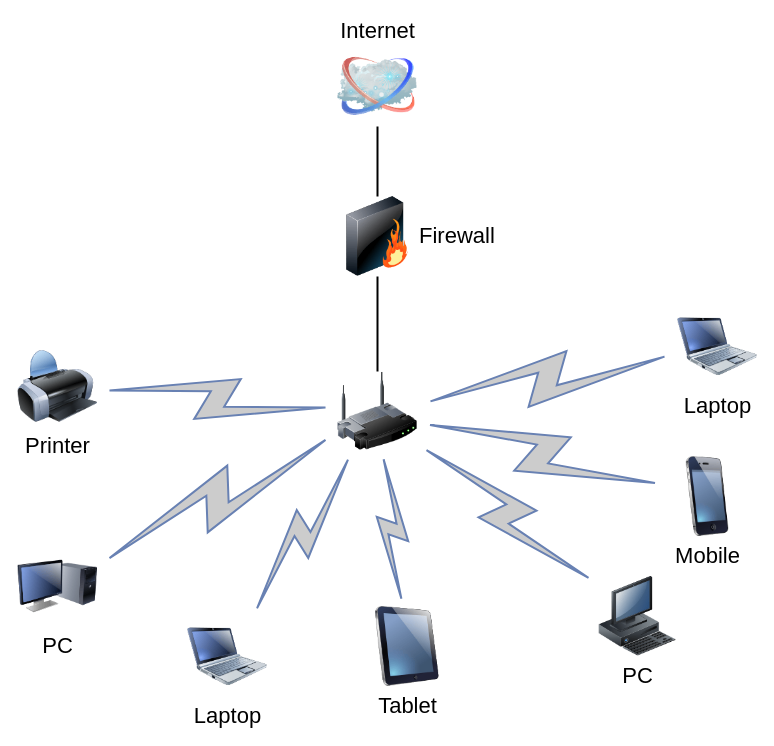
Before: 无法上网AP原型环境.drawio in zeandon/draw.io, a draw.io diagram. Source tidied: cells renumbered, new cells numbered last; positions are measured from the earlier drawing's top-left corner, leaving out a move shared by most shapes. Both pictures are drawn from the tidied source at 100%, with x=0, y=0 at pixel (17, 46).
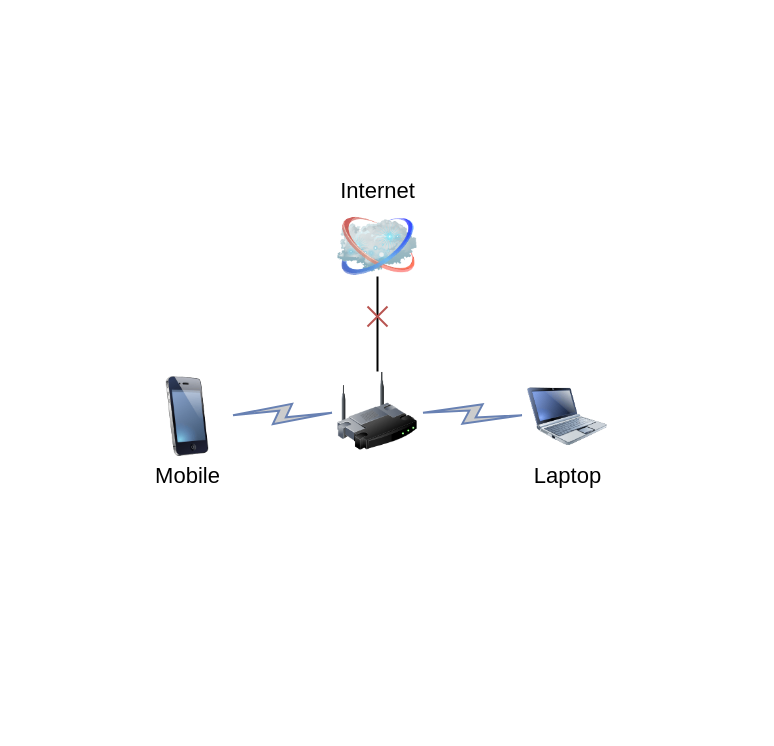
After the change.

Commit message:
更新无法上网AP原型环境.drawio

The change refers to these unchanged cells:
```xml
<mxCell id="3" style="image;html=1;labelBackgroundColor=#ffffff;image=img/lib/clip_art/networking/Wireless_Router_128x128.png;rounded=1;shadow=0;comic=0;strokeWidth=2;fontSize=22;" parent="1" vertex="1">
  <mxGeometry x="320" y="325" width="80" height="80" as="geometry" />
</mxCell>
```

Change to the diagram source:
```diff
@@
-    <mxCell id="2" style="edgeStyle=none;rounded=0;html=1;labelBackgroundColor=none;endArrow=none;strokeWidth=2;fontFamily=Verdana;fontSize=22;" parent="1" edge="1" source="3" target="6">
-      <mxGeometry relative="1" as="geometry" />
+    <mxCell id="2" style="edgeStyle=none;rounded=0;html=1;labelBackgroundColor=none;endArrow=none;strokeWidth=2;fontFamily=Verdana;fontSize=22;" parent="1" edge="1" source="3">
+      <mxGeometry relative="1" as="geometry">
+        <mxPoint x="360" y="230" as="targetPoint" />
+      </mxGeometry>
     </mxCell>
@@
     <mxCell id="4" value="Internet" style="image;html=1;labelBackgroundColor=#ffffff;image=img/lib/clip_art/networking/Cloud_128x128.png;rounded=1;shadow=0;comic=0;strokeWidth=2;fontSize=22;labelPosition=center;verticalLabelPosition=top;align=center;verticalAlign=bottom;" parent="1" vertex="1">
-      <mxGeometry x="320" width="80" height="80" as="geometry" />
+      <mxGeometry x="320" y="160" width="80" height="80" as="geometry" />
     </mxCell>
-    <mxCell id="5" style="edgeStyle=none;rounded=0;html=1;labelBackgroundColor=none;endArrow=none;strokeWidth=2;fontFamily=Verdana;fontSize=22;" parent="1" edge="1" source="6" target="4">
-      <mxGeometry relative="1" as="geometry" />
-    </mxCell>
-    <mxCell id="6" value="Firewall" style="image;html=1;labelBackgroundColor=#ffffff;image=img/lib/clip_art/networking/Firewall_128x128.png;rounded=1;shadow=0;comic=0;strokeWidth=2;fontSize=22;labelPosition=right;verticalLabelPosition=middle;align=left;verticalAlign=middle;" parent="1" vertex="1">
-      <mxGeometry x="320" y="150" width="80" height="80" as="geometry" />
-    </mxCell>
-    <mxCell id="7" value="Tablet" style="image;html=1;labelBackgroundColor=#ffffff;image=img/lib/clip_art/computers/iPad_128x128.png;rounded=1;shadow=0;comic=0;strokeWidth=2;fontSize=22;" parent="1" vertex="1">
-      <mxGeometry x="350" y="560" width="80" height="80" as="geometry" />
-    </mxCell>
-    <mxCell id="8" value="PC" style="image;html=1;labelBackgroundColor=#ffffff;image=img/lib/clip_art/computers/Monitor_Tower_128x128.png;rounded=1;shadow=0;comic=0;strokeWidth=2;fontSize=22;" parent="1" vertex="1">
-      <mxGeometry y="500" width="80" height="80" as="geometry" />
-    </mxCell>
-    <mxCell id="9" value="Printer" style="image;html=1;labelBackgroundColor=#ffffff;image=img/lib/clip_art/computers/Printer_128x128.png;rounded=1;shadow=0;comic=0;strokeWidth=2;fontSize=22;" parent="1" vertex="1">
-      <mxGeometry y="300" width="80" height="80" as="geometry" />
-    </mxCell>
-    <mxCell id="10" value="PC" style="image;html=1;labelBackgroundColor=#ffffff;image=img/lib/clip_art/computers/Workstation_128x128.png;rounded=1;shadow=0;comic=0;strokeWidth=2;fontSize=22;" parent="1" vertex="1">
-      <mxGeometry x="580" y="530" width="80" height="80" as="geometry" />
-    </mxCell>
     <mxCell id="11" value="Mobile" style="image;html=1;labelBackgroundColor=#ffffff;image=img/lib/clip_art/telecommunication/iPhone_128x128.png;rounded=1;shadow=0;comic=0;strokeWidth=2;fontSize=22;" parent="1" vertex="1">
-      <mxGeometry x="650" y="410" width="80" height="80" as="geometry" />
+      <mxGeometry x="130" y="330" width="80" height="80" as="geometry" />
     </mxCell>
     <mxCell id="12" value="Laptop" style="image;html=1;labelBackgroundColor=#ffffff;image=img/lib/clip_art/computers/Netbook_128x128.png;rounded=1;shadow=0;comic=0;strokeColor=#000000;strokeWidth=2;fillColor=#FFFFFF;fontSize=22;fontColor=#000000;" parent="1" vertex="1">
-      <mxGeometry x="660" y="260" width="80" height="80" as="geometry" />
+      <mxGeometry x="510" y="330" width="80" height="80" as="geometry" />
     </mxCell>
-    <mxCell id="13" value="Laptop" style="image;html=1;labelBackgroundColor=#ffffff;image=img/lib/clip_art/computers/Netbook_128x128.png;rounded=1;shadow=0;comic=0;strokeWidth=2;fontSize=22;" parent="1" vertex="1">
-      <mxGeometry x="170" y="570" width="80" height="80" as="geometry" />
-    </mxCell>
-    <mxCell id="14" style="html=1;fillColor=#CCCCCC;strokeColor=#6881B3;gradientColor=none;gradientDirection=north;strokeWidth=2;shape=mxgraph.networks.comm_link_edge;html=1;labelBackgroundColor=none;endArrow=none;fontFamily=Verdana;fontSize=22;fontColor=#000000;" parent="1" edge="1" source="9" target="3">
-      <mxGeometry relative="1" as="geometry" />
-    </mxCell>
-    <mxCell id="15" style="html=1;fillColor=#CCCCCC;strokeColor=#6881B3;gradientColor=none;gradientDirection=north;strokeWidth=2;shape=mxgraph.networks.comm_link_edge;html=1;labelBackgroundColor=none;endArrow=none;fontFamily=Verdana;fontSize=22;fontColor=#000000;fontStyle=1;" parent="1" edge="1" source="8" target="3">
-      <mxGeometry relative="1" as="geometry" />
-    </mxCell>
-    <mxCell id="16" style="html=1;fillColor=#CCCCCC;strokeColor=#6881B3;gradientColor=none;gradientDirection=north;strokeWidth=2;shape=mxgraph.networks.comm_link_edge;html=1;labelBackgroundColor=none;endArrow=none;fontFamily=Verdana;fontSize=22;fontColor=#000000;" parent="1" edge="1" source="13" target="3">
-      <mxGeometry relative="1" as="geometry" />
-    </mxCell>
-    <mxCell id="17" style="html=1;fillColor=#CCCCCC;strokeColor=#6881B3;gradientColor=none;gradientDirection=north;strokeWidth=2;shape=mxgraph.networks.comm_link_edge;html=1;labelBackgroundColor=none;endArrow=none;fontFamily=Verdana;fontSize=22;fontColor=#000000;" parent="1" edge="1" source="7" target="3">
-      <mxGeometry relative="1" as="geometry" />
-    </mxCell>
-    <mxCell id="18" style="html=1;fillColor=#CCCCCC;strokeColor=#6881B3;gradientColor=none;gradientDirection=north;strokeWidth=2;shape=mxgraph.networks.comm_link_edge;html=1;labelBackgroundColor=none;endArrow=none;fontFamily=Verdana;fontSize=22;fontColor=#000000;" parent="1" edge="1" source="10" target="3">
-      <mxGeometry relative="1" as="geometry" />
-    </mxCell>
@@
+    <mxCell id="21" style="edgeStyle=none;rounded=0;html=1;labelBackgroundColor=none;endArrow=none;strokeWidth=2;fontFamily=Verdana;fontSize=22;fillColor=#f8cecc;strokeColor=#b85450;" parent="1" edge="1">
+      <mxGeometry relative="1" as="geometry">
+        <mxPoint x="370" y="280" as="sourcePoint" />
+        <mxPoint x="350" y="260" as="targetPoint" />
+      </mxGeometry>
+    </mxCell>
+    <mxCell id="22" style="edgeStyle=none;rounded=0;html=1;labelBackgroundColor=none;endArrow=none;strokeWidth=2;fontFamily=Verdana;fontSize=22;fillColor=#f8cecc;strokeColor=#b85450;" parent="1" edge="1">
+      <mxGeometry relative="1" as="geometry">
+        <mxPoint x="370" y="260" as="sourcePoint" />
+        <mxPoint x="350" y="280" as="targetPoint" />
+      </mxGeometry>
+    </mxCell>
```
